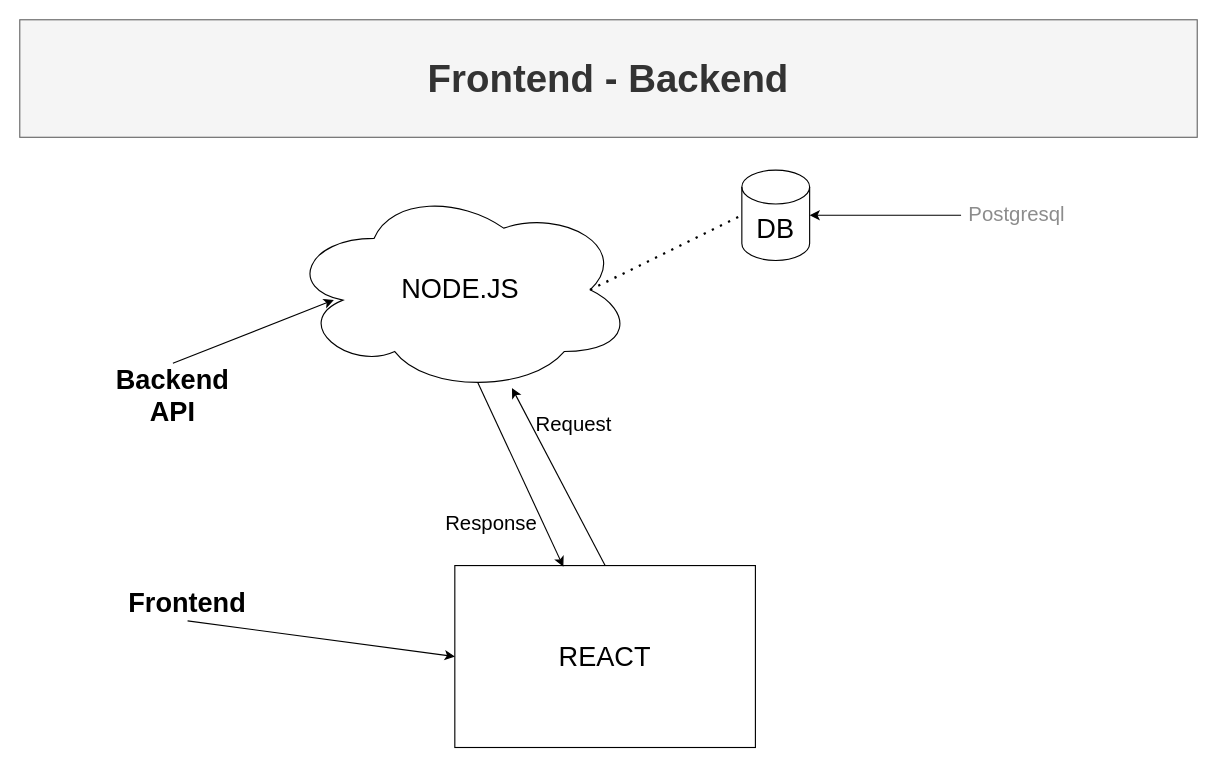
The draw.io diagram page "intro" (1 of 8) of JobPlus/Untitled Diagram.drawio in kingsley-ijomah/draw.io, before the edit. Source tidied: cells renumbered, new cells numbered last; positions are measured from the earlier drawing's top-left corner, leaving out a move shared by most shapes. Both pictures are drawn from the tidied source at 113%, with x=0, y=0 at pixel (19, 19).
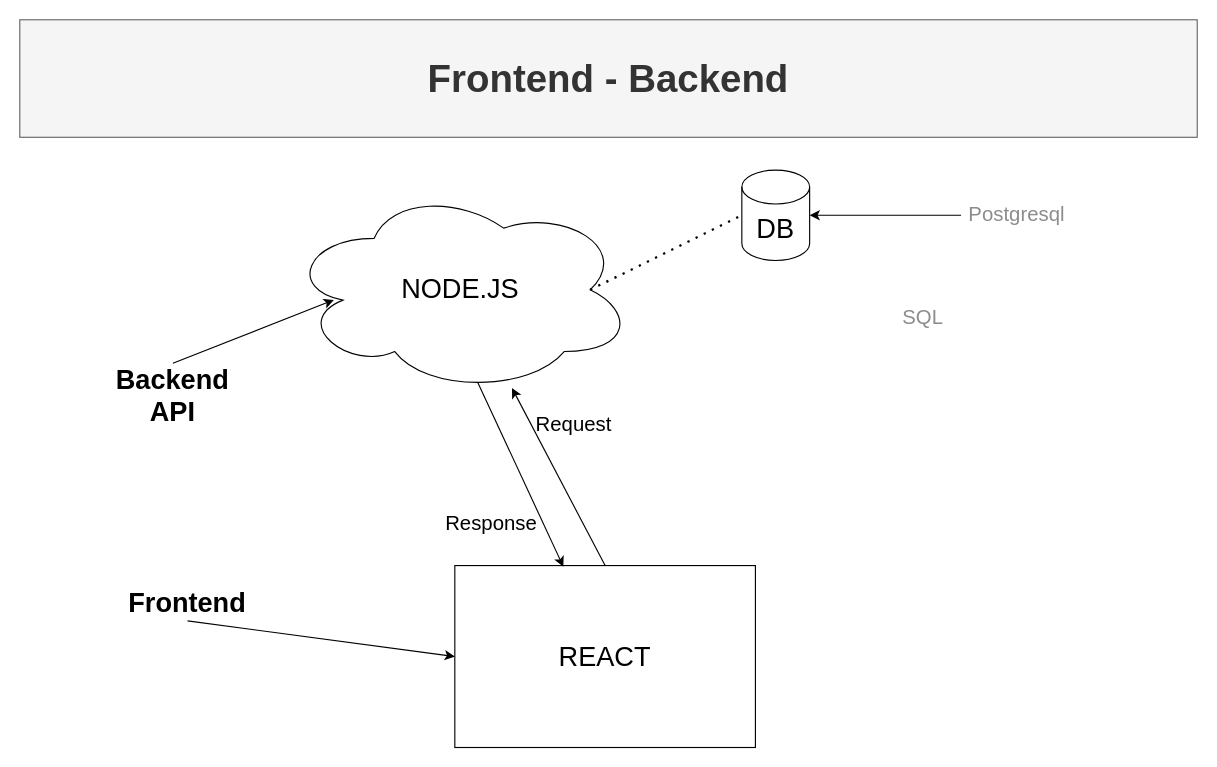
After the change.

The edit, as a diff of the source:
```diff
@@
 <mxGraphModel>
   <root>
     <mxCell id="0" />
     <mxCell id="1" parent="0" />
     <mxCell id="2" value="Frontend - Backend" style="text;html=1;strokeColor=#666666;fillColor=#f5f5f5;align=center;verticalAlign=middle;whiteSpace=wrap;rounded=0;labelBackgroundColor=none;labelBorderColor=none;fontSize=34;fontStyle=1;fontColor=#333333;" parent="1" vertex="1">
       <mxGeometry width="1042" height="104" as="geometry" />
     </mxCell>
     <mxCell id="3" value="&lt;font style=&quot;font-size: 24px;&quot;&gt;NODE.JS&lt;/font&gt;" style="ellipse;shape=cloud;whiteSpace=wrap;html=1;" parent="1" vertex="1">
       <mxGeometry x="237" y="148" width="306" height="182" as="geometry" />
     </mxCell>
     <mxCell id="4" value="&lt;font style=&quot;font-size: 24px;&quot;&gt;REACT&lt;/font&gt;" style="rounded=0;whiteSpace=wrap;html=1;" parent="1" vertex="1">
       <mxGeometry x="385" y="483" width="266" height="161" as="geometry" />
     </mxCell>
     <mxCell id="5" style="endArrow=classic;html=1;rounded=0;fontSize=24;entryX=0;entryY=0.5;entryDx=0;entryDy=0;exitX=0.5;exitY=1;exitDx=0;exitDy=0;" parent="1" edge="1" source="6" target="4">
       <mxGeometry relative="1" as="geometry" />
     </mxCell>
     <mxCell id="6" value="Frontend" style="text;html=1;strokeColor=none;fillColor=none;align=center;verticalAlign=middle;whiteSpace=wrap;rounded=0;fontSize=24;fontStyle=1;" parent="1" vertex="1">
       <mxGeometry x="89" y="502" width="119" height="30" as="geometry" />
     </mxCell>
     <mxCell id="7" style="endArrow=classic;html=1;rounded=0;fontSize=24;entryX=0.134;entryY=0.549;entryDx=0;entryDy=0;entryPerimeter=0;exitX=0.5;exitY=0;exitDx=0;exitDy=0;" parent="1" edge="1" source="8" target="3">
       <mxGeometry relative="1" as="geometry" />
     </mxCell>
     <mxCell id="8" value="Backend&lt;br&gt;API" style="text;html=1;strokeColor=none;fillColor=none;align=center;verticalAlign=middle;whiteSpace=wrap;rounded=0;fontSize=24;fontStyle=1;" parent="1" vertex="1">
       <mxGeometry x="76" y="304" width="119" height="58" as="geometry" />
     </mxCell>
     <mxCell id="9" style="endArrow=none;dashed=1;html=1;dashPattern=1 3;strokeWidth=2;rounded=0;fontSize=24;entryX=0;entryY=0.5;entryDx=0;entryDy=0;entryPerimeter=0;exitX=0.875;exitY=0.5;exitDx=0;exitDy=0;exitPerimeter=0;" parent="1" edge="1" source="3" target="10">
       <mxGeometry relative="1" as="geometry" />
     </mxCell>
     <mxCell id="10" value="DB" style="shape=cylinder3;whiteSpace=wrap;html=1;boundedLbl=1;backgroundOutline=1;size=15;fontSize=24;" parent="1" vertex="1">
       <mxGeometry x="639" y="133" width="60" height="80" as="geometry" />
     </mxCell>
     <mxCell id="11" style="endArrow=classic;html=1;rounded=0;fontSize=24;exitX=0.5;exitY=0;exitDx=0;exitDy=0;" parent="1" edge="1" source="4" target="3">
       <mxGeometry relative="1" as="geometry" />
     </mxCell>
     <mxCell id="12" value="&lt;font style=&quot;font-size: 18px;&quot;&gt;Request&lt;/font&gt;" style="text;html=1;strokeColor=none;fillColor=none;align=center;verticalAlign=middle;whiteSpace=wrap;rounded=0;fontSize=24;" parent="1" vertex="1">
       <mxGeometry x="431" y="341" width="119" height="30" as="geometry" />
     </mxCell>
     <mxCell id="13" style="endArrow=classic;html=1;rounded=0;fontSize=18;entryX=0.361;entryY=0.006;entryDx=0;entryDy=0;entryPerimeter=0;exitX=0.55;exitY=0.95;exitDx=0;exitDy=0;exitPerimeter=0;" parent="1" edge="1" source="3" target="4">
       <mxGeometry relative="1" as="geometry" />
     </mxCell>
     <mxCell id="14" value="&lt;font style=&quot;font-size: 18px;&quot;&gt;Response&lt;/font&gt;" style="text;html=1;strokeColor=none;fillColor=none;align=center;verticalAlign=middle;whiteSpace=wrap;rounded=0;fontSize=24;" parent="1" vertex="1">
       <mxGeometry x="358" y="429" width="119" height="30" as="geometry" />
     </mxCell>
     <mxCell id="15" style="edgeStyle=orthogonalEdgeStyle;rounded=0;jettySize=auto;html=1;entryX=1;entryY=0.5;entryDx=0;entryDy=0;entryPerimeter=0;fontSize=18;" parent="1" edge="1" source="16" target="10">
       <mxGeometry relative="1" as="geometry" />
     </mxCell>
     <mxCell id="16" value="&lt;font color=&quot;#8c8c8c&quot;&gt;Postgresql&lt;/font&gt;" style="text;html=1;strokeColor=none;fillColor=none;align=center;verticalAlign=middle;whiteSpace=wrap;rounded=0;fontSize=18;" parent="1" vertex="1">
       <mxGeometry x="833" y="158" width="99" height="30" as="geometry" />
     </mxCell>
+    <mxCell id="17" value="&lt;font color=&quot;#8c8c8c&quot;&gt;SQL&lt;/font&gt;" style="text;html=1;strokeColor=none;fillColor=none;align=center;verticalAlign=middle;whiteSpace=wrap;rounded=0;fontSize=18;" parent="1" vertex="1">
+      <mxGeometry x="750" y="249" width="99" height="30" as="geometry" />
+    </mxCell>
   </root>
 </mxGraphModel>
```
